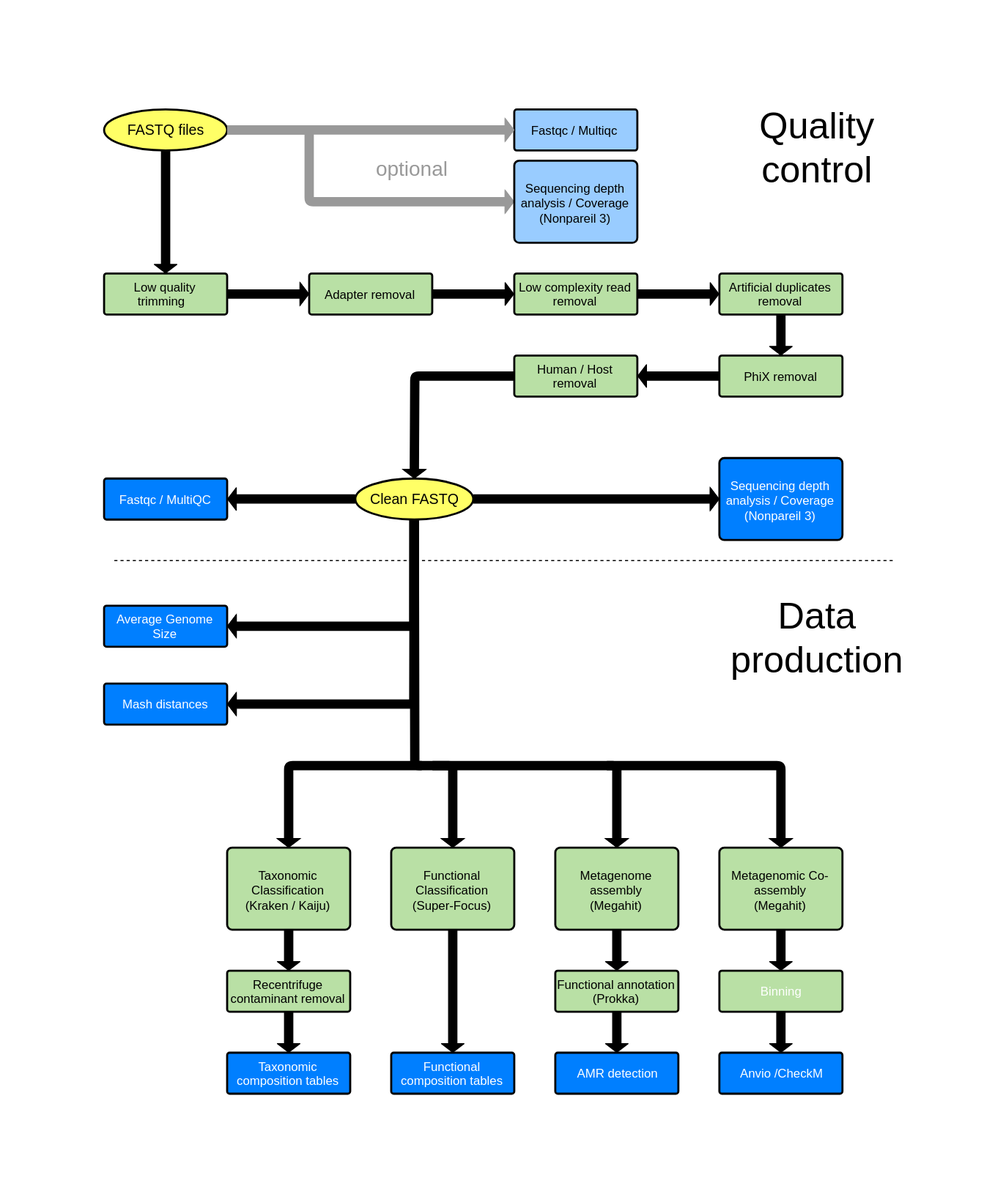
This is figures/Talos_workflow.svg from NorwegianVeterinaryInstitute/Talos, a draw.io export, as it was before one commit. Source tidied: cells renumbered, new cells last; positions are measured from the earlier drawing's top-left corner, leaving out a move shared by most shapes.
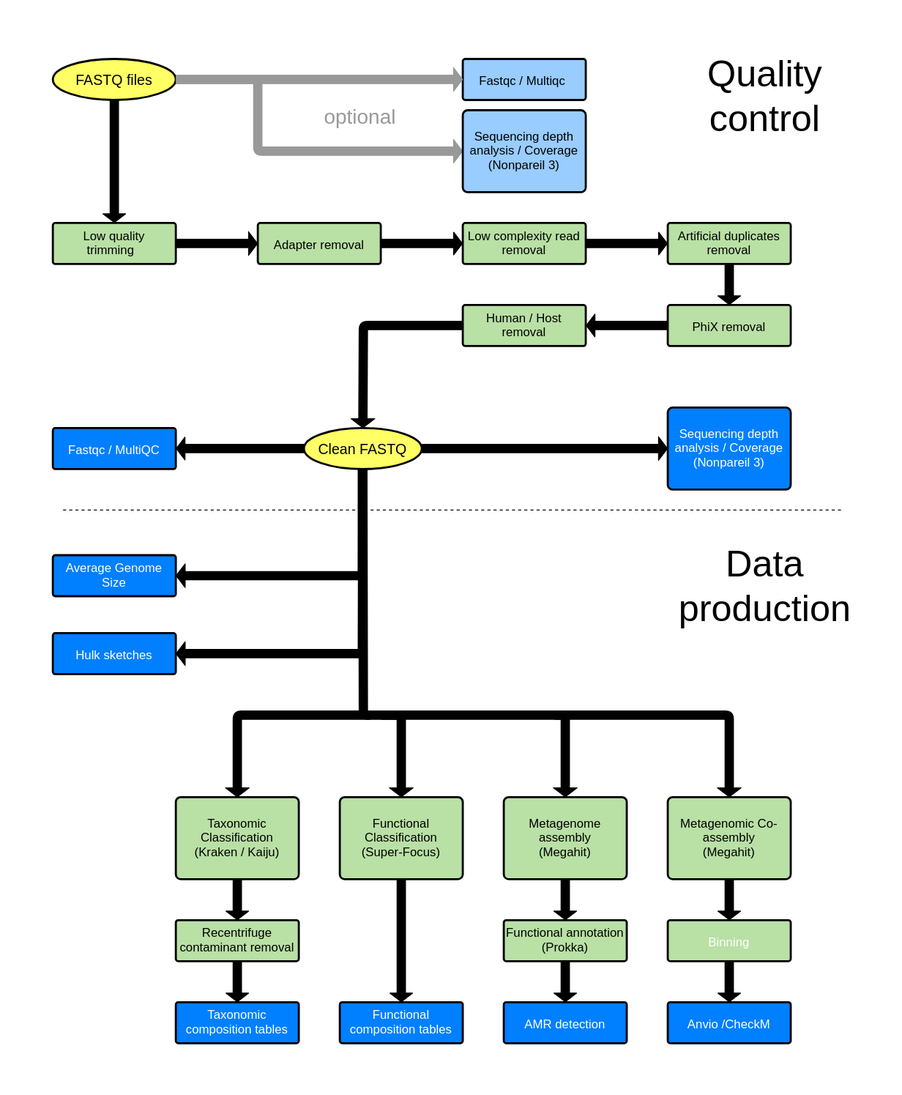
After the change.

Commit message:
updated workflow figure

The edit, as a diff of the source:
```diff
@@ -122,7 +122,7 @@
         </Array>
       </mxGeometry>
     </mxCell>
-    <mxCell id="31" value="&lt;font color=&quot;#ffffff&quot;&gt;Mash distances&lt;/font&gt;" style="strokeWidth=2;html=1;shape=mxgraph.flowchart.process;whiteSpace=wrap;fillColor=#007FFF;" parent="1" vertex="1">
+    <mxCell id="31" value="&lt;font color=&quot;#ffffff&quot;&gt;Hulk sketches&lt;/font&gt;" style="strokeWidth=2;html=1;shape=mxgraph.flowchart.process;whiteSpace=wrap;fillColor=#007FFF;" parent="1" vertex="1">
       <mxGeometry y="560" width="120" height="40" as="geometry" />
     </mxCell>
     <mxCell id="32" style="shape=flexArrow;endArrow=classic;html=1;entryX=1;entryY=0.5;entryDx=0;entryDy=0;entryPerimeter=0;endWidth=12.857142857142856;endSize=2.4619047619047616;width=8.095238095238095;fillColor=#000000;exitX=0.5;exitY=1;exitDx=0;exitDy=0;exitPerimeter=0;" parent="1" edge="1" source="18" target="31">
```
